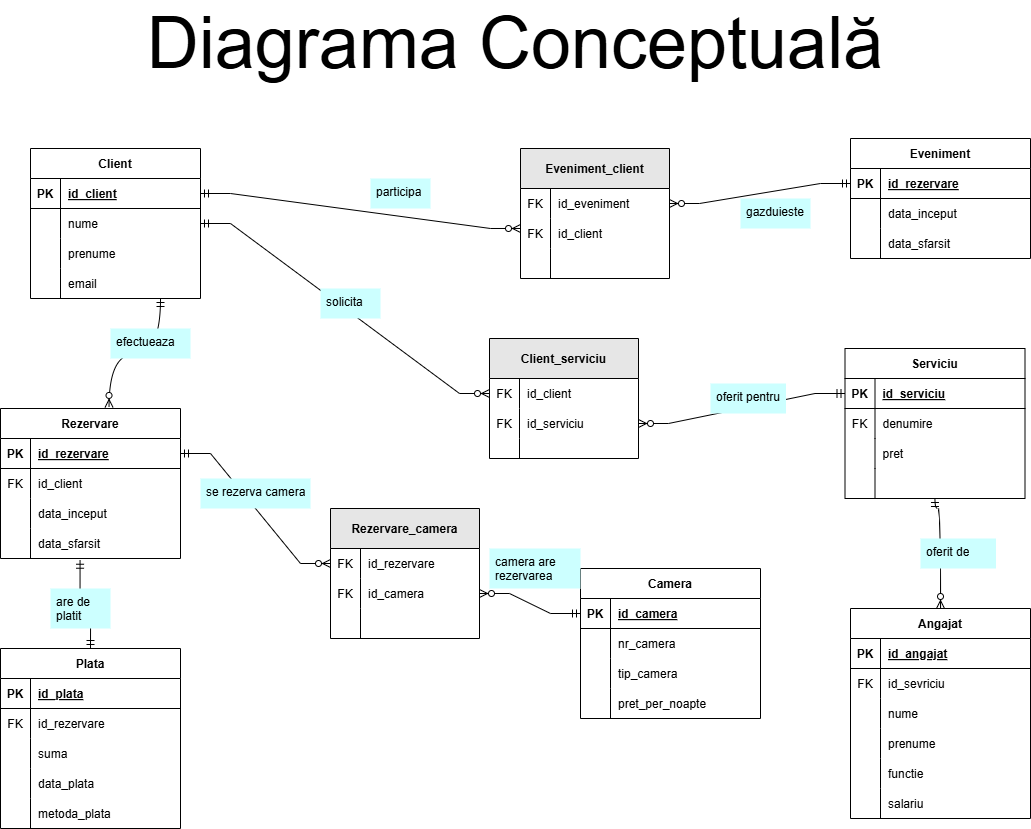
The draw.io diagram DW&BI/Diagrame/Diagramă conceptuala.drawio.png in diana-clinciu/MODBD, before a commit. Source tidied: cells renumbered, new cells last; positions are measured from the earlier drawing's top-left corner, leaving out a move shared by most shapes.
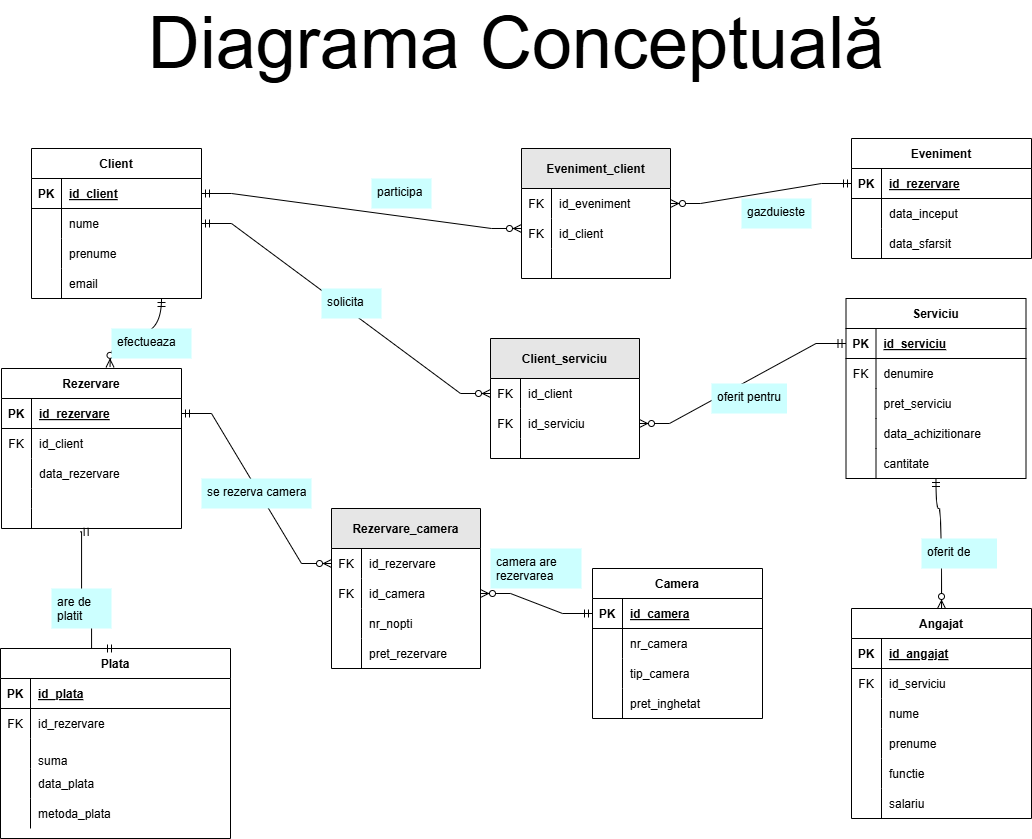
The same diagram one commit later.

Change to the diagram source:
```diff
@@ -42,7 +42,7 @@
       <mxGeometry x="30" width="140" height="30" as="geometry" />
     </mxCell>
     <mxCell id="15" value="Rezervare" style="shape=table;startSize=30;rowLines=0;fontStyle=1;align=center;" parent="1" vertex="1">
-      <mxGeometry y="380" width="180" height="150" as="geometry" />
+      <mxGeometry y="340" width="180" height="160" as="geometry" />
     </mxCell>
     <mxCell id="16" style="shape=partialRectangle;fillColor=none;points=[[0,0.5],[1,0.5]];portConstraint=eastwest;top=0;left=0;right=0;bottom=1;" parent="15" vertex="1">
       <mxGeometry y="30" width="180" height="30" as="geometry" />
@@ -68,65 +68,74 @@
     <mxCell id="23" style="shape=partialRectangle;overflow=hidden;fillColor=none;top=0;left=0;bottom=0;right=0;" parent="22" vertex="1">
       <mxGeometry width="30" height="30" as="geometry" />
     </mxCell>
-    <mxCell id="24" value="data_inceput" style="shape=partialRectangle;overflow=hidden;fillColor=none;top=0;left=0;bottom=0;right=0;align=left;spacingLeft=6;" parent="22" vertex="1">
+    <mxCell id="24" value="data_rezervare" style="shape=partialRectangle;overflow=hidden;fillColor=none;top=0;left=0;bottom=0;right=0;align=left;spacingLeft=6;" parent="22" vertex="1">
       <mxGeometry x="30" width="150" height="30" as="geometry" />
     </mxCell>
     <mxCell id="25" style="shape=partialRectangle;fillColor=none;points=[[0,0.5],[1,0.5]];portConstraint=eastwest;top=0;left=0;right=0;bottom=0;" parent="15" vertex="1">
-      <mxGeometry y="120" width="180" height="30" as="geometry" />
+      <mxGeometry y="120" width="180" height="20" as="geometry" />
     </mxCell>
     <mxCell id="26" style="shape=partialRectangle;overflow=hidden;fillColor=none;top=0;left=0;bottom=0;right=0;" parent="25" vertex="1">
-      <mxGeometry width="30" height="30" as="geometry" />
+      <mxGeometry width="30" height="20" as="geometry" />
     </mxCell>
-    <mxCell id="27" value="data_sfarsit " style="shape=partialRectangle;overflow=hidden;fillColor=none;top=0;left=0;bottom=0;right=0;align=left;spacingLeft=6;" parent="25" vertex="1">
-      <mxGeometry x="30" width="150" height="30" as="geometry" />
+    <mxCell id="27" style="shape=partialRectangle;overflow=hidden;fillColor=none;top=0;left=0;bottom=0;right=0;align=left;spacingLeft=6;" parent="25" vertex="1">
+      <mxGeometry x="30" width="150" height="20" as="geometry" />
     </mxCell>
+    <mxCell id="148" style="shape=partialRectangle;fillColor=none;points=[[0,0.5],[1,0.5]];portConstraint=eastwest;top=0;left=0;right=0;bottom=0;" parent="15" vertex="1">
+      <mxGeometry y="140" width="180" height="20" as="geometry" />
+    </mxCell>
+    <mxCell id="149" style="shape=partialRectangle;overflow=hidden;fillColor=none;top=0;left=0;bottom=0;right=0;" parent="148" vertex="1">
+      <mxGeometry width="30" height="20" as="geometry" />
+    </mxCell>
+    <mxCell id="150" style="shape=partialRectangle;overflow=hidden;fillColor=none;top=0;left=0;bottom=0;right=0;align=left;spacingLeft=6;" parent="148" vertex="1">
+      <mxGeometry x="30" width="150" height="20" as="geometry" />
+    </mxCell>
     <mxCell id="28" value="Plata" style="shape=table;startSize=30;rowLines=0;fontStyle=1;align=center;" parent="1" vertex="1">
-      <mxGeometry y="620" width="180" height="180" as="geometry" />
+      <mxGeometry x="-1" y="620" width="230" height="190" as="geometry" />
     </mxCell>
     <mxCell id="29" style="shape=partialRectangle;fillColor=none;top=0;left=0;right=0;bottom=1;" parent="28" vertex="1">
-      <mxGeometry y="30" width="180" height="30" as="geometry" />
+      <mxGeometry y="30" width="230" height="30" as="geometry" />
     </mxCell>
     <mxCell id="30" value="PK" style="shape=partialRectangle;overflow=hidden;fillColor=none;top=0;left=0;bottom=0;right=0;fontStyle=1;" parent="29" vertex="1">
       <mxGeometry width="30" height="30" as="geometry" />
     </mxCell>
     <mxCell id="31" value="id_plata" style="shape=partialRectangle;overflow=hidden;fillColor=none;top=0;left=0;bottom=0;right=0;align=left;spacingLeft=6;fontStyle=5;" parent="29" vertex="1">
-      <mxGeometry x="30" width="150" height="30" as="geometry" />
+      <mxGeometry x="30" width="200" height="30" as="geometry" />
     </mxCell>
     <mxCell id="32" style="shape=partialRectangle;fillColor=none;top=0;left=0;right=0;bottom=0;" parent="28" vertex="1">
-      <mxGeometry y="60" width="180" height="30" as="geometry" />
+      <mxGeometry y="60" width="230" height="30" as="geometry" />
     </mxCell>
     <mxCell id="33" value="FK" style="shape=partialRectangle;overflow=hidden;fillColor=none;top=0;left=0;bottom=0;right=0;" parent="32" vertex="1">
       <mxGeometry width="30" height="30" as="geometry" />
     </mxCell>
     <mxCell id="34" value="id_rezervare" style="shape=partialRectangle;overflow=hidden;fillColor=none;top=0;left=0;bottom=0;right=0;align=left;spacingLeft=6;" parent="32" vertex="1">
-      <mxGeometry x="30" width="150" height="30" as="geometry" />
+      <mxGeometry x="30" width="200" height="30" as="geometry" />
     </mxCell>
     <mxCell id="35" style="shape=partialRectangle;fillColor=none;top=0;left=0;right=0;bottom=0;" parent="28" vertex="1">
-      <mxGeometry y="90" width="180" height="30" as="geometry" />
+      <mxGeometry y="90" width="230" height="30" as="geometry" />
     </mxCell>
     <mxCell id="36" style="shape=partialRectangle;overflow=hidden;fillColor=none;top=0;left=0;bottom=0;right=0;" parent="35" vertex="1">
       <mxGeometry width="30" height="30" as="geometry" />
     </mxCell>
-    <mxCell id="37" value="suma" style="shape=partialRectangle;overflow=hidden;fillColor=none;top=0;left=0;bottom=0;right=0;align=left;spacingLeft=6;" parent="35" vertex="1">
-      <mxGeometry x="30" width="150" height="30" as="geometry" />
+    <mxCell id="37" value="&#10;suma " style="shape=partialRectangle;overflow=hidden;fillColor=none;top=0;left=0;bottom=0;right=0;align=left;spacingLeft=6;" parent="35" vertex="1">
+      <mxGeometry x="30" width="200" height="30" as="geometry" />
     </mxCell>
     <mxCell id="38" style="shape=partialRectangle;fillColor=none;top=0;left=0;right=0;bottom=0;" parent="28" vertex="1">
-      <mxGeometry y="120" width="180" height="30" as="geometry" />
+      <mxGeometry y="120" width="230" height="30" as="geometry" />
     </mxCell>
     <mxCell id="39" style="shape=partialRectangle;overflow=hidden;fillColor=none;top=0;left=0;bottom=0;right=0;" parent="38" vertex="1">
       <mxGeometry width="30" height="30" as="geometry" />
     </mxCell>
     <mxCell id="40" value="data_plata" style="shape=partialRectangle;overflow=hidden;fillColor=none;top=0;left=0;bottom=0;right=0;align=left;spacingLeft=6;" parent="38" vertex="1">
-      <mxGeometry x="30" width="150" height="30" as="geometry" />
+      <mxGeometry x="30" width="200" height="30" as="geometry" />
     </mxCell>
     <mxCell id="41" style="shape=partialRectangle;fillColor=none;top=0;left=0;right=0;bottom=0;" parent="28" vertex="1">
-      <mxGeometry y="150" width="180" height="30" as="geometry" />
+      <mxGeometry y="150" width="230" height="30" as="geometry" />
     </mxCell>
     <mxCell id="42" style="shape=partialRectangle;overflow=hidden;fillColor=none;top=0;left=0;bottom=0;right=0;" parent="41" vertex="1">
       <mxGeometry width="30" height="30" as="geometry" />
     </mxCell>
     <mxCell id="43" value="metoda_plata" style="shape=partialRectangle;overflow=hidden;fillColor=none;top=0;left=0;bottom=0;right=0;align=left;spacingLeft=6;" parent="41" vertex="1">
-      <mxGeometry x="30" width="150" height="30" as="geometry" />
+      <mxGeometry x="30" width="200" height="30" as="geometry" />
     </mxCell>
     <mxCell id="44" value="Eveniment_client" style="shape=table;startSize=40;rowLines=0;fontStyle=1;align=center;fillColor=#E6E6E6;" parent="1" vertex="1">
       <mxGeometry x="520" y="120" width="149" height="130" as="geometry" />
@@ -166,11 +175,12 @@
     <mxCell id="55" value="efectueaza" style="text;strokeColor=none;fillColor=#CCFFFF;spacingLeft=4;spacingRight=4;overflow=hidden;fontSize=12;whiteSpace=wrap;html=1;" parent="1" vertex="1">
       <mxGeometry x="110" y="300" width="80" height="30" as="geometry" />
     </mxCell>
-    <mxCell id="56" style="edgeStyle=orthogonalEdgeStyle;fontSize=12;html=1;endArrow=ERmandOne;startArrow=ERmandOne;rounded=0;exitX=0.5;exitY=0;exitDx=0;exitDy=0;entryX=0.442;entryY=1.058;entryDx=0;entryDy=0;entryPerimeter=0;" parent="1" edge="1" source="28" target="25">
+    <mxCell id="56" style="edgeStyle=orthogonalEdgeStyle;fontSize=12;html=1;endArrow=ERmandOne;startArrow=ERmandOne;rounded=0;exitX=0.5;exitY=0;exitDx=0;exitDy=0;entryX=0.437;entryY=1.167;entryDx=0;entryDy=0;entryPerimeter=0;" parent="1" edge="1" source="28" target="148">
       <mxGeometry relative="1" as="geometry">
         <Array as="points">
           <mxPoint x="90" y="590" />
           <mxPoint x="80" y="590" />
+          <mxPoint x="80" y="503" />
         </Array>
       </mxGeometry>
     </mxCell>
@@ -195,7 +205,7 @@
     <mxCell id="63" value="FK" style="shape=partialRectangle;overflow=hidden;fillColor=none;top=0;left=0;bottom=0;right=0;" parent="62" vertex="1">
       <mxGeometry width="30" height="30" as="geometry" />
     </mxCell>
-    <mxCell id="64" value="id_sevriciu" style="shape=partialRectangle;overflow=hidden;fillColor=none;top=0;left=0;bottom=0;right=0;align=left;spacingLeft=6;" parent="62" vertex="1">
+    <mxCell id="64" value="id_serviciu" style="shape=partialRectangle;overflow=hidden;fillColor=none;top=0;left=0;bottom=0;right=0;align=left;spacingLeft=6;" parent="62" vertex="1">
       <mxGeometry x="30" width="150" height="30" as="geometry" />
     </mxCell>
     <mxCell id="65" style="shape=partialRectangle;fillColor=none;top=0;left=0;right=0;bottom=0;" parent="58" vertex="1">
@@ -310,7 +320,7 @@
       <mxGeometry relative="1" as="geometry" />
     </mxCell>
     <mxCell id="102" value="Serviciu" style="shape=table;startSize=30;rowLines=0;fontStyle=1;align=center;" parent="1" vertex="1">
-      <mxGeometry x="844.5" y="320" width="180" height="150" as="geometry" />
+      <mxGeometry x="844.5" y="270" width="180" height="180" as="geometry" />
     </mxCell>
     <mxCell id="103" style="shape=partialRectangle;fillColor=none;points=[[0,0.5],[1,0.5]];portConstraint=eastwest;top=0;left=0;right=0;bottom=1;" parent="102" vertex="1">
       <mxGeometry y="30" width="180" height="30" as="geometry" />
@@ -336,7 +346,7 @@
     <mxCell id="110" style="shape=partialRectangle;overflow=hidden;fillColor=none;top=0;left=0;bottom=0;right=0;" parent="109" vertex="1">
       <mxGeometry width="30" height="30" as="geometry" />
     </mxCell>
-    <mxCell id="111" value="pret" style="shape=partialRectangle;overflow=hidden;fillColor=none;top=0;left=0;bottom=0;right=0;align=left;spacingLeft=6;" parent="109" vertex="1">
+    <mxCell id="111" value="pret_serviciu" style="shape=partialRectangle;overflow=hidden;fillColor=none;top=0;left=0;bottom=0;right=0;align=left;spacingLeft=6;" parent="109" vertex="1">
       <mxGeometry x="30" width="150" height="30" as="geometry" />
     </mxCell>
     <mxCell id="112" style="shape=partialRectangle;fillColor=none;points=[[0,0.5],[1,0.5]];portConstraint=eastwest;top=0;left=0;right=0;bottom=0;" parent="102" vertex="1">
@@ -345,9 +355,18 @@
     <mxCell id="113" style="shape=partialRectangle;overflow=hidden;fillColor=none;top=0;left=0;bottom=0;right=0;" parent="112" vertex="1">
       <mxGeometry width="30" height="30" as="geometry" />
     </mxCell>
-    <mxCell id="114" style="shape=partialRectangle;overflow=hidden;fillColor=none;top=0;left=0;bottom=0;right=0;align=left;spacingLeft=6;" parent="112" vertex="1">
+    <mxCell id="114" value="data_achizitionare" style="shape=partialRectangle;overflow=hidden;fillColor=none;top=0;left=0;bottom=0;right=0;align=left;spacingLeft=6;" parent="112" vertex="1">
       <mxGeometry x="30" width="150" height="30" as="geometry" />
     </mxCell>
+    <mxCell id="151" style="shape=partialRectangle;fillColor=none;top=0;left=0;right=0;bottom=0;" parent="102" vertex="1">
+      <mxGeometry y="150" width="180" height="30" as="geometry" />
+    </mxCell>
+    <mxCell id="152" style="shape=partialRectangle;overflow=hidden;fillColor=none;top=0;left=0;bottom=0;right=0;" parent="151" vertex="1">
+      <mxGeometry width="30" height="30" as="geometry" />
+    </mxCell>
+    <mxCell id="153" value="cantitate" style="shape=partialRectangle;overflow=hidden;fillColor=none;top=0;left=0;bottom=0;right=0;align=left;spacingLeft=6;" parent="151" vertex="1">
+      <mxGeometry x="30" width="150" height="30" as="geometry" />
+    </mxCell>
     <mxCell id="115" style="edgeStyle=entityRelationEdgeStyle;fontSize=12;html=1;endArrow=ERzeroToMany;startArrow=ERmandOne;rounded=0;exitX=0;exitY=0.5;exitDx=0;exitDy=0;entryX=1;entryY=0.5;entryDx=0;entryDy=0;" parent="1" edge="1" source="103" target="95">
       <mxGeometry relative="1" as="geometry" />
     </mxCell>
@@ -357,7 +376,7 @@
     <mxCell id="117" value="oferit pentru" style="text;strokeColor=none;fillColor=#CCFFFF;spacingLeft=4;spacingRight=4;overflow=hidden;fontSize=12;whiteSpace=wrap;html=1;" parent="1" vertex="1">
       <mxGeometry x="710" y="355" width="75.5" height="30" as="geometry" />
     </mxCell>
-    <mxCell id="118" style="edgeStyle=orthogonalEdgeStyle;fontSize=12;html=1;endArrow=ERzeroToMany;startArrow=ERmandOne;rounded=0;entryX=0.5;entryY=0;entryDx=0;entryDy=0;curved=1;" parent="1" edge="1" source="112" target="58">
+    <mxCell id="118" style="edgeStyle=orthogonalEdgeStyle;fontSize=12;html=1;endArrow=ERzeroToMany;startArrow=ERmandOne;rounded=0;entryX=0.5;entryY=0;entryDx=0;entryDy=0;curved=1;exitX=0.5;exitY=1;exitDx=0;exitDy=0;" parent="1" edge="1" source="102" target="58">
       <mxGeometry relative="1" as="geometry">
         <Array as="points">
           <mxPoint x="935" y="480" />
@@ -369,7 +388,7 @@
       <mxGeometry x="920" y="510" width="75.5" height="30" as="geometry" />
     </mxCell>
     <mxCell id="120" value="Rezervare_camera" style="shape=table;startSize=40;rowLines=0;fontStyle=1;align=center;fillColor=#E6E6E6;" parent="1" vertex="1">
-      <mxGeometry x="330" y="480" width="149" height="130" as="geometry" />
+      <mxGeometry x="330" y="480" width="149" height="160" as="geometry" />
     </mxCell>
     <mxCell id="121" style="shape=partialRectangle;fillColor=none;points=[[0,0.5],[1,0.5]];portConstraint=eastwest;top=0;left=0;right=0;bottom=0;" parent="120" vertex="1">
       <mxGeometry y="40" width="149" height="30" as="geometry" />
@@ -395,47 +414,56 @@
     <mxCell id="128" style="shape=partialRectangle;overflow=hidden;fillColor=none;top=0;left=0;bottom=0;right=0;" parent="127" vertex="1">
       <mxGeometry width="30" height="30" as="geometry" />
     </mxCell>
-    <mxCell id="129" style="shape=partialRectangle;overflow=hidden;fillColor=none;top=0;left=0;bottom=0;right=0;align=left;spacingLeft=6;" parent="127" vertex="1">
+    <mxCell id="129" value="nr_nopti" style="shape=partialRectangle;overflow=hidden;fillColor=none;top=0;left=0;bottom=0;right=0;align=left;spacingLeft=6;" parent="127" vertex="1">
       <mxGeometry x="30" width="119" height="30" as="geometry" />
     </mxCell>
+    <mxCell id="154" style="shape=partialRectangle;fillColor=none;top=0;left=0;right=0;bottom=0;" parent="120" vertex="1">
+      <mxGeometry y="130" width="149" height="30" as="geometry" />
+    </mxCell>
+    <mxCell id="155" style="shape=partialRectangle;overflow=hidden;fillColor=none;top=0;left=0;bottom=0;right=0;" parent="154" vertex="1">
+      <mxGeometry width="30" height="30" as="geometry" />
+    </mxCell>
+    <mxCell id="156" value="pret_rezervare" style="shape=partialRectangle;overflow=hidden;fillColor=none;top=0;left=0;bottom=0;right=0;align=left;spacingLeft=6;" parent="154" vertex="1">
+      <mxGeometry x="30" width="119" height="30" as="geometry" />
+    </mxCell>
     <mxCell id="130" value="Camera" style="shape=table;startSize=30;rowLines=0;fontStyle=1;align=center;" parent="1" vertex="1">
-      <mxGeometry x="580" y="540" width="180" height="150" as="geometry" />
+      <mxGeometry x="591" y="540" width="170" height="150" as="geometry" />
     </mxCell>
     <mxCell id="131" style="shape=partialRectangle;fillColor=none;points=[[0,0.5],[1,0.5]];portConstraint=eastwest;top=0;left=0;right=0;bottom=1;" parent="130" vertex="1">
-      <mxGeometry y="30" width="180" height="30" as="geometry" />
+      <mxGeometry y="30" width="170" height="30" as="geometry" />
     </mxCell>
     <mxCell id="132" value="PK" style="shape=partialRectangle;overflow=hidden;fillColor=none;top=0;left=0;bottom=0;right=0;fontStyle=1;" parent="131" vertex="1">
       <mxGeometry width="30" height="30" as="geometry" />
     </mxCell>
     <mxCell id="133" value="id_camera" style="shape=partialRectangle;overflow=hidden;fillColor=none;top=0;left=0;bottom=0;right=0;align=left;spacingLeft=6;fontStyle=5;" parent="131" vertex="1">
-      <mxGeometry x="30" width="150" height="30" as="geometry" />
+      <mxGeometry x="30" width="140" height="30" as="geometry" />
     </mxCell>
     <mxCell id="134" style="shape=partialRectangle;fillColor=none;top=0;left=0;right=0;bottom=0;" parent="130" vertex="1">
-      <mxGeometry y="60" width="180" height="30" as="geometry" />
+      <mxGeometry y="60" width="170" height="30" as="geometry" />
     </mxCell>
     <mxCell id="135" style="shape=partialRectangle;overflow=hidden;fillColor=none;top=0;left=0;bottom=0;right=0;" parent="134" vertex="1">
       <mxGeometry width="30" height="30" as="geometry" />
     </mxCell>
     <mxCell id="136" value="nr_camera" style="shape=partialRectangle;overflow=hidden;fillColor=none;top=0;left=0;bottom=0;right=0;align=left;spacingLeft=6;" parent="134" vertex="1">
-      <mxGeometry x="30" width="150" height="30" as="geometry" />
+      <mxGeometry x="30" width="140" height="30" as="geometry" />
     </mxCell>
     <mxCell id="137" style="shape=partialRectangle;fillColor=none;top=0;left=0;right=0;bottom=0;" parent="130" vertex="1">
-      <mxGeometry y="90" width="180" height="30" as="geometry" />
+      <mxGeometry y="90" width="170" height="30" as="geometry" />
     </mxCell>
     <mxCell id="138" style="shape=partialRectangle;overflow=hidden;fillColor=none;top=0;left=0;bottom=0;right=0;" parent="137" vertex="1">
       <mxGeometry width="30" height="30" as="geometry" />
     </mxCell>
     <mxCell id="139" value="tip_camera" style="shape=partialRectangle;overflow=hidden;fillColor=none;top=0;left=0;bottom=0;right=0;align=left;spacingLeft=6;" parent="137" vertex="1">
-      <mxGeometry x="30" width="150" height="30" as="geometry" />
+      <mxGeometry x="30" width="140" height="30" as="geometry" />
     </mxCell>
     <mxCell id="140" style="shape=partialRectangle;fillColor=none;top=0;left=0;right=0;bottom=0;" parent="130" vertex="1">
-      <mxGeometry y="120" width="180" height="30" as="geometry" />
+      <mxGeometry y="120" width="170" height="30" as="geometry" />
     </mxCell>
     <mxCell id="141" style="shape=partialRectangle;overflow=hidden;fillColor=none;top=0;left=0;bottom=0;right=0;" parent="140" vertex="1">
       <mxGeometry width="30" height="30" as="geometry" />
     </mxCell>
-    <mxCell id="142" value="pret_per_noapte" style="shape=partialRectangle;overflow=hidden;fillColor=none;top=0;left=0;bottom=0;right=0;align=left;spacingLeft=6;" parent="140" vertex="1">
-      <mxGeometry x="30" width="150" height="30" as="geometry" />
+    <mxCell id="142" value="pret_inghetat" style="shape=partialRectangle;overflow=hidden;fillColor=none;top=0;left=0;bottom=0;right=0;align=left;spacingLeft=6;" parent="140" vertex="1">
+      <mxGeometry x="30" width="140" height="30" as="geometry" />
     </mxCell>
     <mxCell id="143" style="edgeStyle=entityRelationEdgeStyle;fontSize=12;html=1;endArrow=ERzeroToMany;startArrow=ERmandOne;rounded=0;exitX=1;exitY=0.5;exitDx=0;exitDy=0;entryX=0;entryY=0.5;entryDx=0;entryDy=0;" parent="1" edge="1" source="16" target="121">
       <mxGeometry relative="1" as="geometry" />
```
